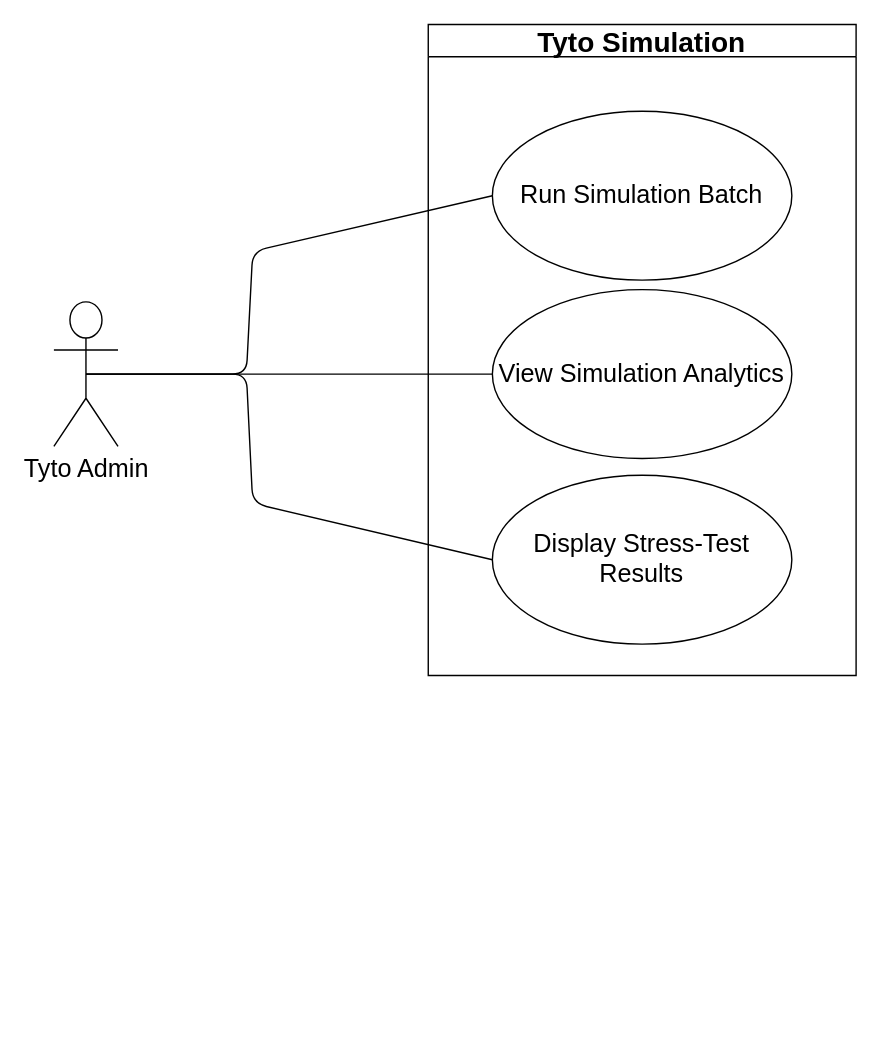
Before: page "Tyto_Simulation" (12 of 18) of docs/diagrams/requirements/Requirements.drawio in COS301-SE-2026/UMTAS, a draw.io diagram. Source tidied: cells renumbered, new cells numbered last; positions are measured from the earlier drawing's top-left corner, leaving out a move shared by most shapes. Both pictures are drawn from the tidied source at 140%, with x=0, y=0 at pixel (53, 24).
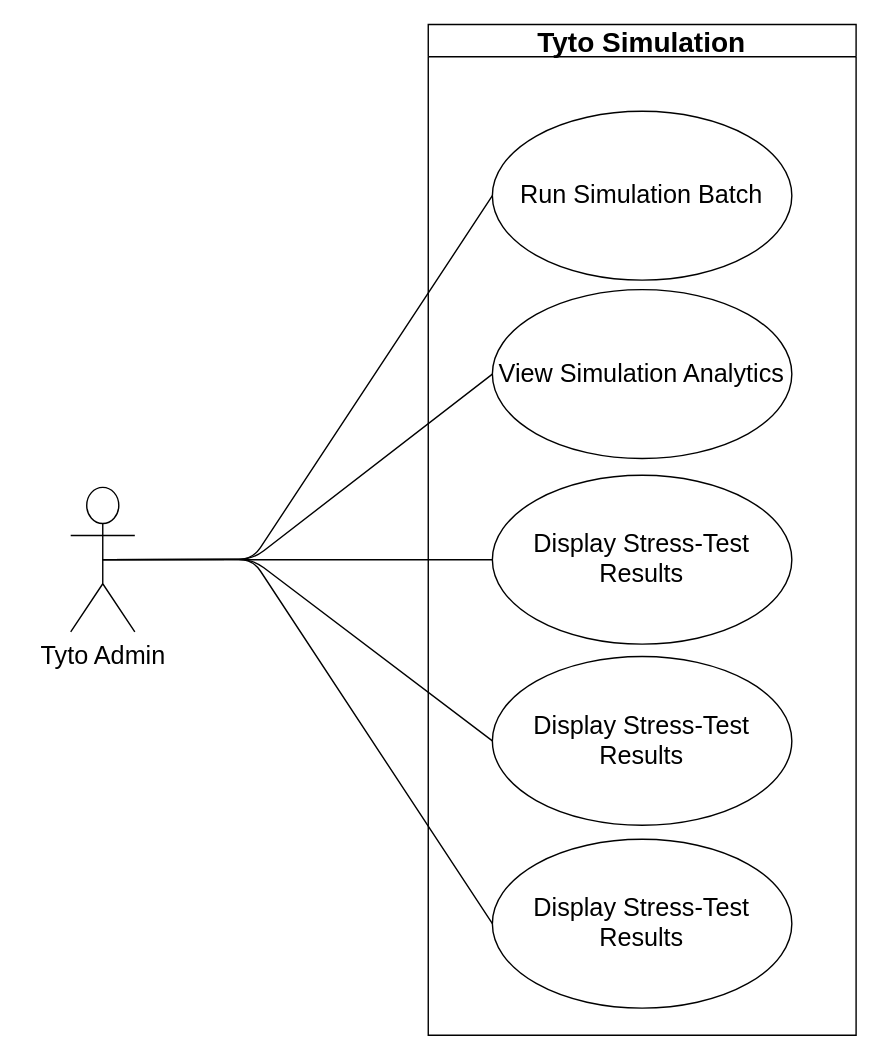
After the change.

What changed in the source:
```diff
@@
 <mxGraphModel>
   <root>
     <mxCell id="0" />
     <mxCell id="1" parent="0" />
-    <mxCell id="2" style="group;" parent="1" vertex="1">
-      <mxGeometry width="573" height="465" as="geometry" />
-    </mxCell>
-    <mxCell id="3" value="&lt;font style=&quot;font-size: 20px;&quot;&gt;Tyto Simulation&lt;/font&gt;" style="swimlane;whiteSpace=wrap;html=1;" parent="2" vertex="1">
-      <mxGeometry x="267.4" width="305.6" height="465" as="geometry" />
+    <mxCell id="3" value="&lt;font style=&quot;font-size: 20px;&quot;&gt;Tyto Simulation&lt;/font&gt;" style="swimlane;whiteSpace=wrap;html=1;" parent="1" vertex="1">
+      <mxGeometry x="267.4" width="305.6" height="722" as="geometry" />
     </mxCell>
     <mxCell id="4" value="&lt;font style=&quot;font-size: 18px;&quot;&gt;Run Simulation Batch&lt;/font&gt;" style="ellipse;whiteSpace=wrap;html=1;" parent="3" vertex="1">
       <mxGeometry x="45.8" y="62" width="213.9" height="120.6" as="geometry" />
     </mxCell>
     <mxCell id="5" value="&lt;font style=&quot;font-size: 18px;&quot;&gt;Display Stress-Test Results&lt;/font&gt;" style="ellipse;whiteSpace=wrap;html=1;" parent="3" vertex="1">
       <mxGeometry x="45.8" y="322" width="213.9" height="120.6" as="geometry" />
     </mxCell>
     <mxCell id="6" value="&lt;font style=&quot;font-size: 18px;&quot;&gt;View Simulation Analytics&lt;/font&gt;" style="ellipse;whiteSpace=wrap;html=1;" parent="3" vertex="1">
       <mxGeometry x="45.8" y="189.4" width="213.9" height="120.6" as="geometry" />
     </mxCell>
+    <mxCell id="11" value="&lt;font style=&quot;font-size: 18px;&quot;&gt;Display Stress-Test Results&lt;/font&gt;" style="ellipse;whiteSpace=wrap;html=1;" parent="3" vertex="1">
+      <mxGeometry x="45.8" y="582" width="213.9" height="120.6" as="geometry" />
+    </mxCell>
+    <mxCell id="12" value="&lt;font style=&quot;font-size: 18px;&quot;&gt;Display Stress-Test Results&lt;/font&gt;" style="ellipse;whiteSpace=wrap;html=1;" parent="3" vertex="1">
+      <mxGeometry x="45.8" y="451.4" width="213.9" height="120.6" as="geometry" />
+    </mxCell>
-    <mxCell id="7" value="&lt;font style=&quot;font-size: 18px;&quot;&gt;Tyto Admin&lt;/font&gt;" style="shape=umlActor;verticalLabelPosition=bottom;verticalAlign=top;html=1;" parent="2" vertex="1">
-      <mxGeometry y="198.1" width="45.8" height="103.3" as="geometry" />
+    <mxCell id="7" value="&lt;font style=&quot;font-size: 18px;&quot;&gt;Tyto Admin&lt;/font&gt;" style="shape=umlActor;verticalLabelPosition=bottom;verticalAlign=top;html=1;" parent="1" vertex="1">
+      <mxGeometry x="12" y="330.6" width="45.8" height="103.3" as="geometry" />
     </mxCell>
-    <mxCell id="8" style="endArrow=none;html=1;exitX=0.5;exitY=0.5;exitDx=0;exitDy=0;exitPerimeter=0;entryX=0;entryY=0.5;entryDx=0;entryDy=0;" parent="2" edge="1" source="7" target="6">
-      <mxGeometry relative="1" as="geometry" />
+    <mxCell id="8" style="endArrow=none;html=1;exitX=0.5;exitY=0.5;exitDx=0;exitDy=0;exitPerimeter=0;entryX=0;entryY=0.5;entryDx=0;entryDy=0;" parent="1" edge="1" source="7" target="6">
+      <mxGeometry relative="1" as="geometry">
+        <Array as="points">
+          <mxPoint x="142" y="382" />
+        </Array>
+      </mxGeometry>
     </mxCell>
-    <mxCell id="9" style="endArrow=none;html=1;exitX=0.5;exitY=0.5;exitDx=0;exitDy=0;exitPerimeter=0;entryX=0;entryY=0.5;entryDx=0;entryDy=0;" parent="2" edge="1" source="7" target="4">
+    <mxCell id="9" style="endArrow=none;html=1;exitX=0.5;exitY=0.5;exitDx=0;exitDy=0;exitPerimeter=0;entryX=0;entryY=0.5;entryDx=0;entryDy=0;" parent="1" edge="1" source="7" target="4">
       <mxGeometry relative="1" as="geometry">
         <Array as="points">
-          <mxPoint x="137.5" y="249.7" />
-          <mxPoint x="142" y="162" />
+          <mxPoint x="142" y="382" />
         </Array>
       </mxGeometry>
     </mxCell>
-    <mxCell id="10" style="endArrow=none;html=1;exitX=0.5;exitY=0.5;exitDx=0;exitDy=0;exitPerimeter=0;entryX=0;entryY=0.5;entryDx=0;entryDy=0;" parent="2" edge="1" source="7" target="5">
-      <mxGeometry relative="1" as="geometry">
-        <Array as="points">
-          <mxPoint x="137.5" y="249.7" />
-          <mxPoint x="142" y="342" />
-        </Array>
-      </mxGeometry>
+    <mxCell id="10" style="endArrow=none;html=1;exitX=0.5;exitY=0.5;exitDx=0;exitDy=0;exitPerimeter=0;entryX=0;entryY=0.5;entryDx=0;entryDy=0;" parent="1" edge="1" source="7" target="5">
+      <mxGeometry relative="1" as="geometry" />
     </mxCell>
+    <mxCell id="13" style="endArrow=none;html=1;exitX=0.5;exitY=0.5;exitDx=0;exitDy=0;exitPerimeter=0;entryX=0;entryY=0.5;entryDx=0;entryDy=0;" parent="1" edge="1" source="7" target="12">
+      <mxGeometry relative="1" as="geometry">
+        <Array as="points">
+          <mxPoint x="142" y="382" />
+        </Array>
+      </mxGeometry>
+    </mxCell>
+    <mxCell id="14" style="endArrow=none;html=1;exitX=0.5;exitY=0.5;exitDx=0;exitDy=0;exitPerimeter=0;entryX=0;entryY=0.5;entryDx=0;entryDy=0;" parent="1" edge="1" source="7" target="11">
+      <mxGeometry relative="1" as="geometry">
+        <Array as="points">
+          <mxPoint x="142" y="382" />
+        </Array>
+      </mxGeometry>
+    </mxCell>
   </root>
 </mxGraphModel>
```
